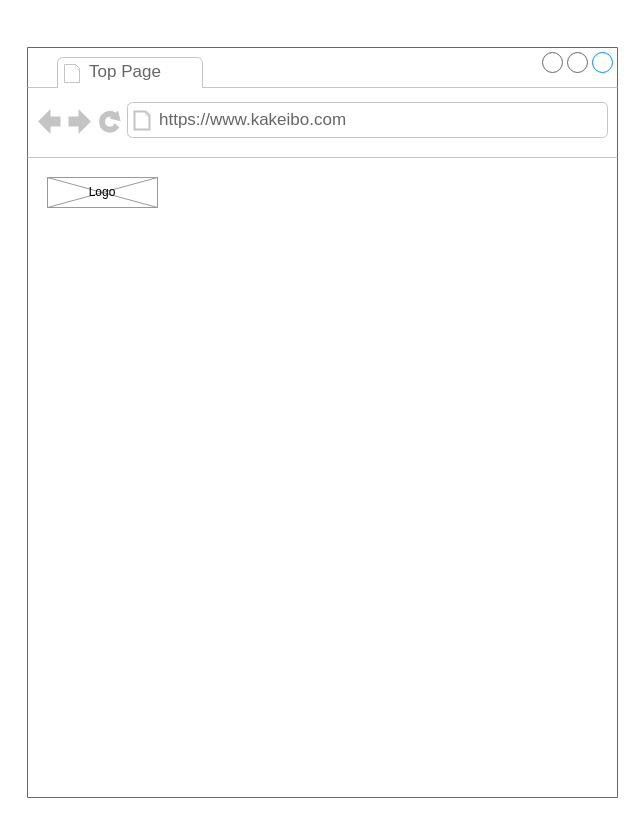
This is page "index" (3 of 4) of docs/screen_images.drawio from tker-78/kakeibo, a draw.io file, before an edit. Source tidied: cells renumbered, new cells numbered last; positions are measured from the earlier drawing's top-left corner, leaving out a move shared by most shapes. Both pictures are drawn from the tidied source at 100%, with x=0, y=0 at pixel (27, 47).
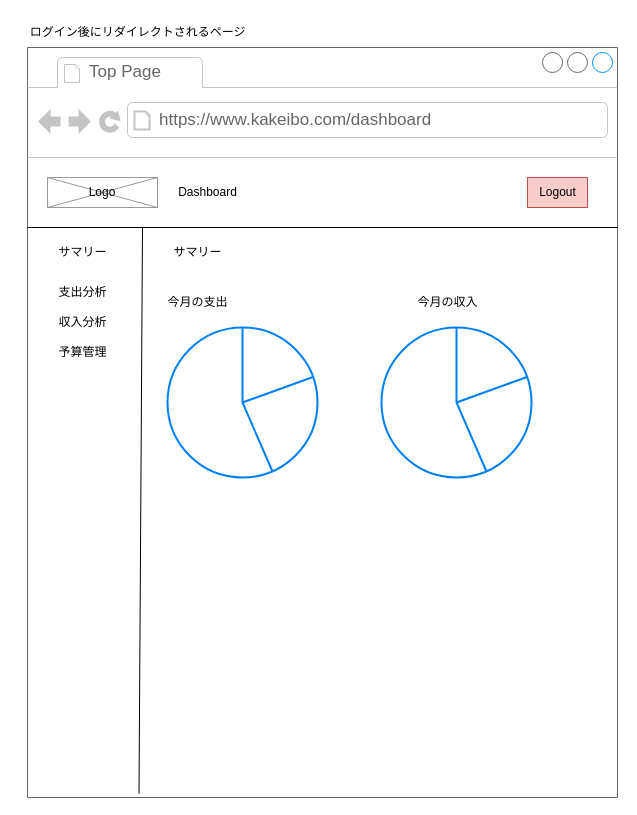
Above is the later version.

The change refers to these unchanged cells:
```xml
<mxCell id="2" style="strokeWidth=1;shadow=0;dashed=0;align=center;html=1;shape=mxgraph.mockup.containers.browserWindow;rSize=0;strokeColor=#666666;strokeColor2=#008cff;strokeColor3=#c4c4c4;mainText=,;" parent="1" vertex="1">
  <mxGeometry width="590" height="750" as="geometry" />
</mxCell>
```

What changed in the source:
```diff
@@
-    <mxCell id="4" value="https://www.kakeibo.com" style="strokeWidth=1;shadow=0;dashed=0;align=center;html=1;shape=mxgraph.mockup.containers.anchor;rSize=0;fontSize=17;fontColor=#666666;align=left;" parent="2" vertex="1">
+    <mxCell id="4" value="https://www.kakeibo.com/dashboard" style="strokeWidth=1;shadow=0;dashed=0;align=center;html=1;shape=mxgraph.mockup.containers.anchor;rSize=0;fontSize=17;fontColor=#666666;align=left;" parent="2" vertex="1">
       <mxGeometry x="130" y="60" width="250" height="26" as="geometry" />
     </mxCell>
@@
+    <mxCell id="7" value="Dashboard" style="text;html=1;align=center;verticalAlign=middle;strokeColor=none;fillColor=none;" parent="2" vertex="1">
+      <mxGeometry x="140" y="130" width="80" height="30" as="geometry" />
+    </mxCell>
+    <mxCell id="8" style="edgeStyle=none;jettySize=auto;html=1;endArrow=none;endFill=0;entryX=1.001;entryY=0.24;entryDx=0;entryDy=0;entryPerimeter=0;" parent="2" edge="1" target="2">
+      <mxGeometry relative="1" as="geometry">
+        <mxPoint y="180" as="sourcePoint" />
+      </mxGeometry>
+    </mxCell>
+    <mxCell id="9" style="edgeStyle=none;jettySize=auto;html=1;endArrow=none;endFill=0;entryX=0.189;entryY=0.995;entryDx=0;entryDy=0;entryPerimeter=0;" parent="2" edge="1" target="2">
+      <mxGeometry relative="1" as="geometry">
+        <mxPoint x="115" y="180" as="sourcePoint" />
+      </mxGeometry>
+    </mxCell>
+    <mxCell id="10" value="サマリー" style="text;html=1;align=center;verticalAlign=middle;strokeColor=none;fillColor=none;" parent="2" vertex="1">
+      <mxGeometry x="135" y="190" width="70" height="30" as="geometry" />
+    </mxCell>
+    <mxCell id="11" style="html=1;verticalLabelPosition=bottom;align=center;labelBackgroundColor=#ffffff;verticalAlign=top;strokeWidth=2;strokeColor=#0080F0;shadow=0;dashed=0;shape=mxgraph.ios7.icons.pie_chart;" parent="2" vertex="1">
+      <mxGeometry x="140" y="280" width="150" height="150" as="geometry" />
+    </mxCell>
+    <mxCell id="12" value="今月の支出" style="text;html=1;align=center;verticalAlign=middle;strokeColor=none;fillColor=none;" parent="2" vertex="1">
+      <mxGeometry x="130" y="240" width="80" height="30" as="geometry" />
+    </mxCell>
+    <mxCell id="13" value="今月の収入" style="text;html=1;align=center;verticalAlign=middle;strokeColor=none;fillColor=none;" parent="2" vertex="1">
+      <mxGeometry x="380" y="240" width="80" height="30" as="geometry" />
+    </mxCell>
+    <mxCell id="14" style="html=1;verticalLabelPosition=bottom;align=center;labelBackgroundColor=#ffffff;verticalAlign=top;strokeWidth=2;strokeColor=#0080F0;shadow=0;dashed=0;shape=mxgraph.ios7.icons.pie_chart;" parent="2" vertex="1">
+      <mxGeometry x="354" y="280" width="150" height="150" as="geometry" />
+    </mxCell>
+    <mxCell id="15" value="サマリー" style="text;html=1;align=center;verticalAlign=middle;strokeColor=none;fillColor=none;" parent="2" vertex="1">
+      <mxGeometry x="20" y="190" width="70" height="30" as="geometry" />
+    </mxCell>
+    <mxCell id="16" value="支出分析" style="text;html=1;align=center;verticalAlign=middle;strokeColor=none;fillColor=none;" parent="2" vertex="1">
+      <mxGeometry x="20" y="230" width="70" height="30" as="geometry" />
+    </mxCell>
+    <mxCell id="17" value="収入分析" style="text;html=1;align=center;verticalAlign=middle;strokeColor=none;fillColor=none;" parent="2" vertex="1">
+      <mxGeometry x="20" y="260" width="70" height="30" as="geometry" />
+    </mxCell>
+    <mxCell id="18" value="予算管理" style="text;html=1;align=center;verticalAlign=middle;strokeColor=none;fillColor=none;" parent="2" vertex="1">
+      <mxGeometry x="20" y="290" width="70" height="30" as="geometry" />
+    </mxCell>
+    <mxCell id="19" value="Logout" style="text;html=1;align=center;verticalAlign=middle;strokeColor=#b85450;fillColor=#f8cecc;" parent="2" vertex="1">
+      <mxGeometry x="500" y="130" width="60" height="30" as="geometry" />
+    </mxCell>
+    <mxCell id="20" value="ログイン後にリダイレクトされるページ" style="text;html=1;align=center;verticalAlign=middle;strokeColor=none;fillColor=none;" parent="1" vertex="1">
+      <mxGeometry x="-10" y="-30" width="240" height="30" as="geometry" />
+    </mxCell>
```
